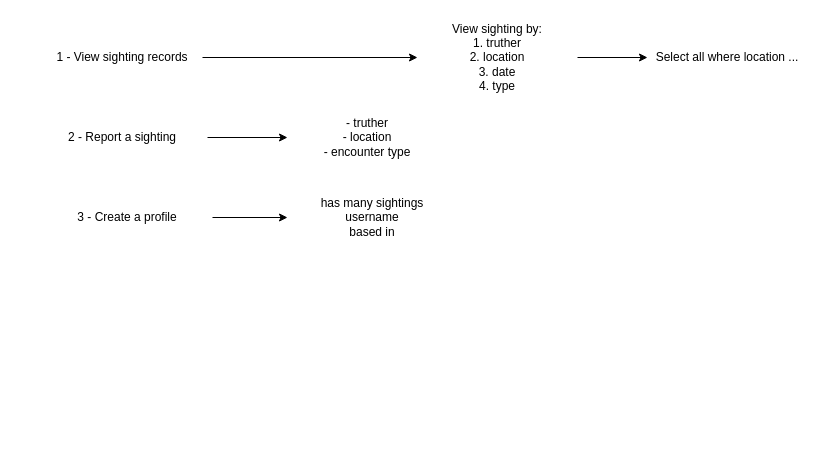
Earlier version of the draw.io diagram .drawio (gabygalv/phase3-project). Source tidied: cells renumbered, new cells numbered last; positions are measured from the earlier drawing's top-left corner, leaving out a move shared by most shapes. Both pictures are drawn from the tidied source at 100%, with x=0, y=0 at pixel (37, 17).
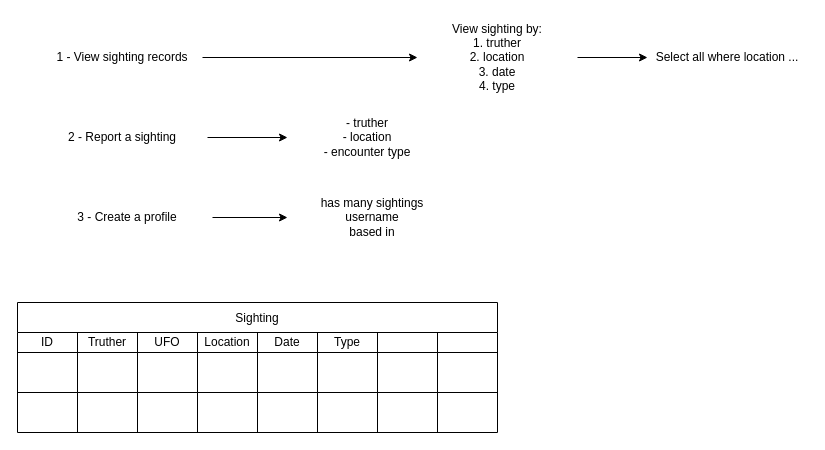
The same diagram, later.

The edit, as a diff of the source:
```diff
@@
+    <mxCell id="13" value="Sighting" style="shape=table;startSize=30;childLayout=tableLayout;" parent="1" vertex="1">
+      <mxGeometry x="-20" y="285" width="480" height="130" as="geometry" />
+    </mxCell>
+    <mxCell id="14" style="shape=tableRow;horizontal=0;startSize=0;swimlaneHead=0;swimlaneBody=0;top=0;left=0;bottom=0;right=0;fillColor=none;" parent="13" vertex="1">
+      <mxGeometry y="30" width="480" height="20" as="geometry" />
+    </mxCell>
+    <mxCell id="15" value="ID" style="shape=partialRectangle;html=1;whiteSpace=wrap;overflow=hidden;fillColor=none;top=0;left=0;bottom=0;right=0;" parent="14" vertex="1">
+      <mxGeometry width="60" height="20" as="geometry" />
+    </mxCell>
+    <mxCell id="16" value="Truther" style="shape=partialRectangle;html=1;whiteSpace=wrap;overflow=hidden;fillColor=none;top=0;left=0;bottom=0;right=0;" parent="14" vertex="1">
+      <mxGeometry x="60" width="60" height="20" as="geometry" />
+    </mxCell>
+    <mxCell id="17" value="UFO" style="shape=partialRectangle;html=1;whiteSpace=wrap;overflow=hidden;fillColor=none;top=0;left=0;bottom=0;right=0;" parent="14" vertex="1">
+      <mxGeometry x="120" width="60" height="20" as="geometry" />
+    </mxCell>
+    <mxCell id="18" value="Location" style="shape=partialRectangle;html=1;whiteSpace=wrap;overflow=hidden;fillColor=none;top=0;left=0;bottom=0;right=0;" parent="14" vertex="1">
+      <mxGeometry x="180" width="60" height="20" as="geometry" />
+    </mxCell>
+    <mxCell id="19" value="Date" style="shape=partialRectangle;html=1;whiteSpace=wrap;overflow=hidden;fillColor=none;top=0;left=0;bottom=0;right=0;" parent="14" vertex="1">
+      <mxGeometry x="240" width="60" height="20" as="geometry" />
+    </mxCell>
+    <mxCell id="20" value="Type" style="shape=partialRectangle;html=1;whiteSpace=wrap;overflow=hidden;fillColor=none;top=0;left=0;bottom=0;right=0;" parent="14" vertex="1">
+      <mxGeometry x="300" width="60" height="20" as="geometry" />
+    </mxCell>
+    <mxCell id="21" style="shape=partialRectangle;html=1;whiteSpace=wrap;overflow=hidden;fillColor=none;top=0;left=0;bottom=0;right=0;" parent="14" vertex="1">
+      <mxGeometry x="360" width="60" height="20" as="geometry" />
+    </mxCell>
+    <mxCell id="22" style="shape=partialRectangle;html=1;whiteSpace=wrap;overflow=hidden;fillColor=none;top=0;left=0;bottom=0;right=0;" parent="14" vertex="1">
+      <mxGeometry x="420" width="60" height="20" as="geometry" />
+    </mxCell>
+    <mxCell id="23" style="shape=tableRow;horizontal=0;startSize=0;swimlaneHead=0;swimlaneBody=0;top=0;left=0;bottom=0;right=0;fillColor=none;" parent="13" vertex="1">
+      <mxGeometry y="50" width="480" height="40" as="geometry" />
+    </mxCell>
+    <mxCell id="24" style="shape=partialRectangle;html=1;whiteSpace=wrap;overflow=hidden;fillColor=none;top=0;left=0;bottom=0;right=0;" parent="23" vertex="1">
+      <mxGeometry width="60" height="40" as="geometry" />
+    </mxCell>
+    <mxCell id="25" style="shape=partialRectangle;html=1;whiteSpace=wrap;overflow=hidden;fillColor=none;top=0;left=0;bottom=0;right=0;" parent="23" vertex="1">
+      <mxGeometry x="60" width="60" height="40" as="geometry" />
+    </mxCell>
+    <mxCell id="26" style="shape=partialRectangle;html=1;whiteSpace=wrap;overflow=hidden;fillColor=none;top=0;left=0;bottom=0;right=0;" parent="23" vertex="1">
+      <mxGeometry x="120" width="60" height="40" as="geometry" />
+    </mxCell>
+    <mxCell id="27" style="shape=partialRectangle;html=1;whiteSpace=wrap;overflow=hidden;fillColor=none;top=0;left=0;bottom=0;right=0;" parent="23" vertex="1">
+      <mxGeometry x="180" width="60" height="40" as="geometry" />
+    </mxCell>
+    <mxCell id="28" style="shape=partialRectangle;html=1;whiteSpace=wrap;overflow=hidden;fillColor=none;top=0;left=0;bottom=0;right=0;" parent="23" vertex="1">
+      <mxGeometry x="240" width="60" height="40" as="geometry" />
+    </mxCell>
+    <mxCell id="29" style="shape=partialRectangle;html=1;whiteSpace=wrap;overflow=hidden;fillColor=none;top=0;left=0;bottom=0;right=0;" parent="23" vertex="1">
+      <mxGeometry x="300" width="60" height="40" as="geometry" />
+    </mxCell>
+    <mxCell id="30" style="shape=partialRectangle;html=1;whiteSpace=wrap;overflow=hidden;fillColor=none;top=0;left=0;bottom=0;right=0;" parent="23" vertex="1">
+      <mxGeometry x="360" width="60" height="40" as="geometry" />
+    </mxCell>
+    <mxCell id="31" style="shape=partialRectangle;html=1;whiteSpace=wrap;overflow=hidden;fillColor=none;top=0;left=0;bottom=0;right=0;" parent="23" vertex="1">
+      <mxGeometry x="420" width="60" height="40" as="geometry" />
+    </mxCell>
+    <mxCell id="32" style="shape=tableRow;horizontal=0;startSize=0;swimlaneHead=0;swimlaneBody=0;top=0;left=0;bottom=0;right=0;fillColor=none;" parent="13" vertex="1">
+      <mxGeometry y="90" width="480" height="40" as="geometry" />
+    </mxCell>
+    <mxCell id="33" style="shape=partialRectangle;html=1;whiteSpace=wrap;overflow=hidden;fillColor=none;top=0;left=0;bottom=0;right=0;" parent="32" vertex="1">
+      <mxGeometry width="60" height="40" as="geometry" />
+    </mxCell>
+    <mxCell id="34" style="shape=partialRectangle;html=1;whiteSpace=wrap;overflow=hidden;fillColor=none;top=0;left=0;bottom=0;right=0;" parent="32" vertex="1">
+      <mxGeometry x="60" width="60" height="40" as="geometry" />
+    </mxCell>
+    <mxCell id="35" style="shape=partialRectangle;html=1;whiteSpace=wrap;overflow=hidden;fillColor=none;top=0;left=0;bottom=0;right=0;" parent="32" vertex="1">
+      <mxGeometry x="120" width="60" height="40" as="geometry" />
+    </mxCell>
+    <mxCell id="36" style="shape=partialRectangle;html=1;whiteSpace=wrap;overflow=hidden;fillColor=none;top=0;left=0;bottom=0;right=0;" parent="32" vertex="1">
+      <mxGeometry x="180" width="60" height="40" as="geometry" />
+    </mxCell>
+    <mxCell id="37" style="shape=partialRectangle;html=1;whiteSpace=wrap;overflow=hidden;fillColor=none;top=0;left=0;bottom=0;right=0;" parent="32" vertex="1">
+      <mxGeometry x="240" width="60" height="40" as="geometry" />
+    </mxCell>
+    <mxCell id="38" style="shape=partialRectangle;html=1;whiteSpace=wrap;overflow=hidden;fillColor=none;top=0;left=0;bottom=0;right=0;" parent="32" vertex="1">
+      <mxGeometry x="300" width="60" height="40" as="geometry" />
+    </mxCell>
+    <mxCell id="39" style="shape=partialRectangle;html=1;whiteSpace=wrap;overflow=hidden;fillColor=none;top=0;left=0;bottom=0;right=0;" parent="32" vertex="1">
+      <mxGeometry x="360" width="60" height="40" as="geometry" />
+    </mxCell>
+    <mxCell id="40" style="shape=partialRectangle;html=1;whiteSpace=wrap;overflow=hidden;fillColor=none;top=0;left=0;bottom=0;right=0;" parent="32" vertex="1">
+      <mxGeometry x="420" width="60" height="40" as="geometry" />
+    </mxCell>
```
